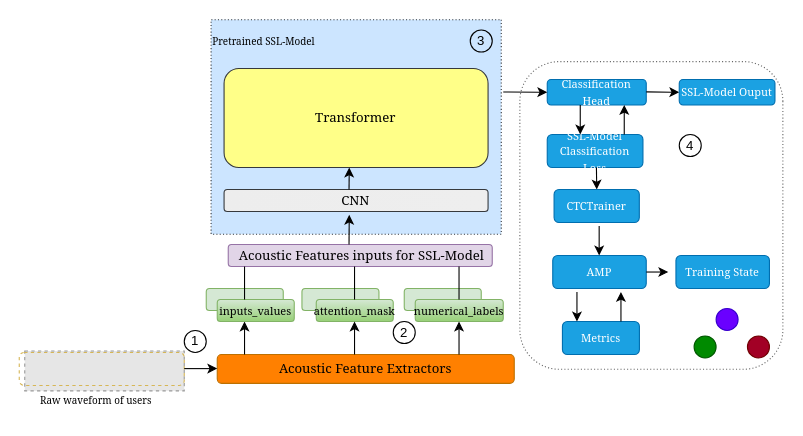
Above: Diagramme sans nom.drawio in papasega/Applied-Deep-Learning (draw.io), before the change. Source tidied: cells renumbered, new cells numbered last; positions are measured from the earlier drawing's top-left corner, leaving out a move shared by most shapes. Both pictures are drawn from the tidied source at 110%, with x=0, y=0 at pixel (19, -19). Pictures stored in the file or linked from it are replaced by grey dashed boxes.
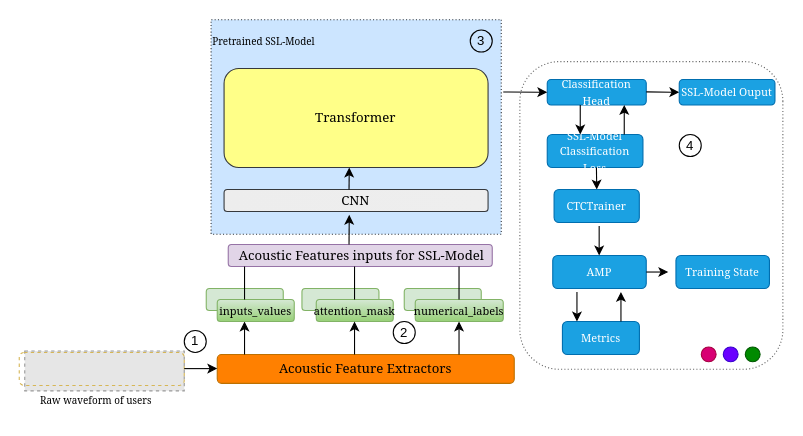
Above is the later version.

Commit message:
Mettre à jour Diagramme sans nom.drawio

Change to the diagram source:
```diff
@@
-    <mxCell id="48" style="ellipse;whiteSpace=wrap;html=1;fillColor=#008a00;fontColor=#ffffff;strokeColor=#005700;" parent="1" vertex="1">
-      <mxGeometry x="613.5" y="321.9" width="20" height="20" as="geometry" />
-    </mxCell>
-    <mxCell id="49" style="ellipse;whiteSpace=wrap;html=1;fillColor=#6a00ff;strokeColor=#3700CC;fontColor=#ffffff;" parent="1" vertex="1">
-      <mxGeometry x="633.5" y="296.9" width="20" height="20" as="geometry" />
+    <mxCell id="49" style="ellipse;whiteSpace=wrap;html=1;fillColor=#008a00;strokeColor=#005700;fontColor=#ffffff;" parent="1" vertex="1">
+      <mxGeometry x="660" y="331.9" width="13.5" height="13.5" as="geometry" />
     </mxCell>
-    <mxCell id="50" style="ellipse;whiteSpace=wrap;html=1;fillColor=#a20025;strokeColor=#6F0000;fontColor=#ffffff;" parent="1" vertex="1">
-      <mxGeometry x="662" y="321.9" width="20" height="20" as="geometry" />
-    </mxCell>
+    <mxCell id="51" style="ellipse;whiteSpace=wrap;html=1;fillColor=#d80073;strokeColor=#A50040;fontColor=#ffffff;" parent="1" vertex="1">
+      <mxGeometry x="620" y="331.9" width="13.5" height="13.5" as="geometry" />
+    </mxCell>
+    <mxCell id="52" style="ellipse;whiteSpace=wrap;html=1;fillColor=#6a00ff;strokeColor=#3700CC;fontColor=#ffffff;" parent="1" vertex="1">
+      <mxGeometry x="640" y="331.9" width="13.5" height="13.5" as="geometry" />
+    </mxCell>
```
